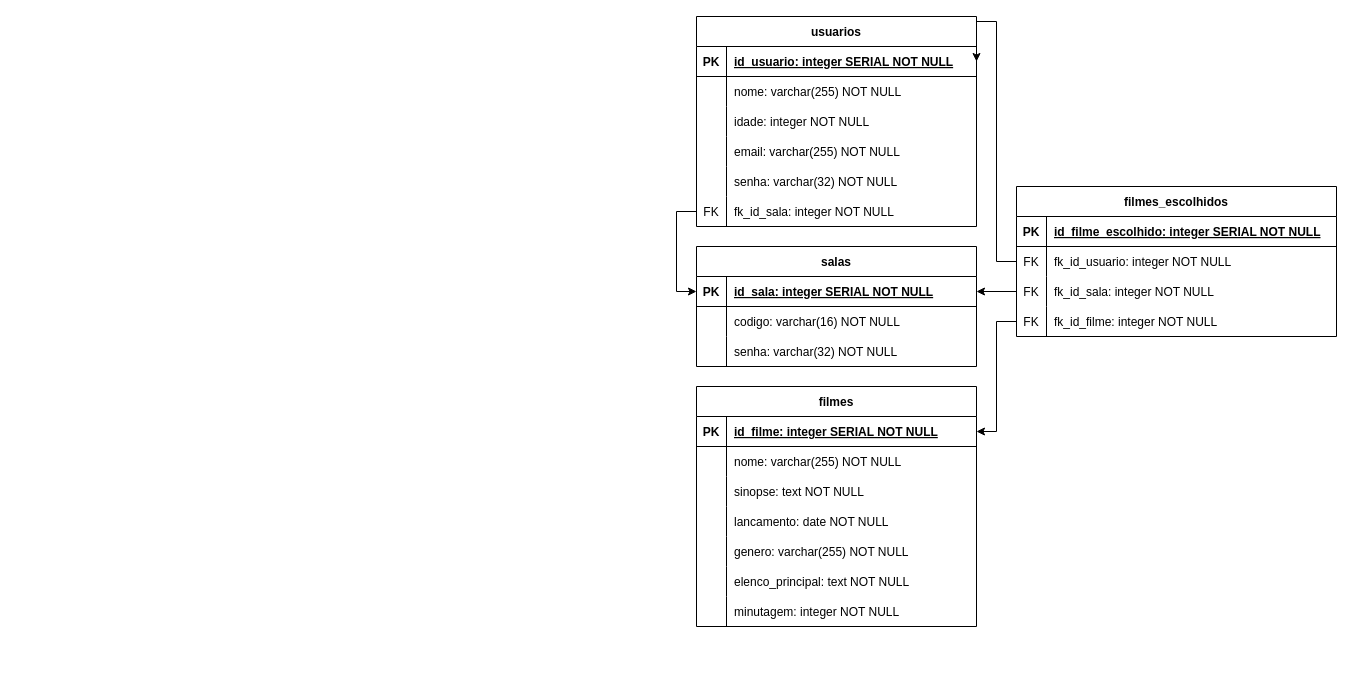
The draw.io diagram Untitled Diagram.drawio in LoriaLawrenceZ/GROVIER-backend, before the edit. Source tidied: cells renumbered, new cells numbered last; positions are measured from the earlier drawing's top-left corner, leaving out a move shared by most shapes. Both pictures are drawn from the tidied source at 100%, with x=0, y=0 at pixel (696, 16).
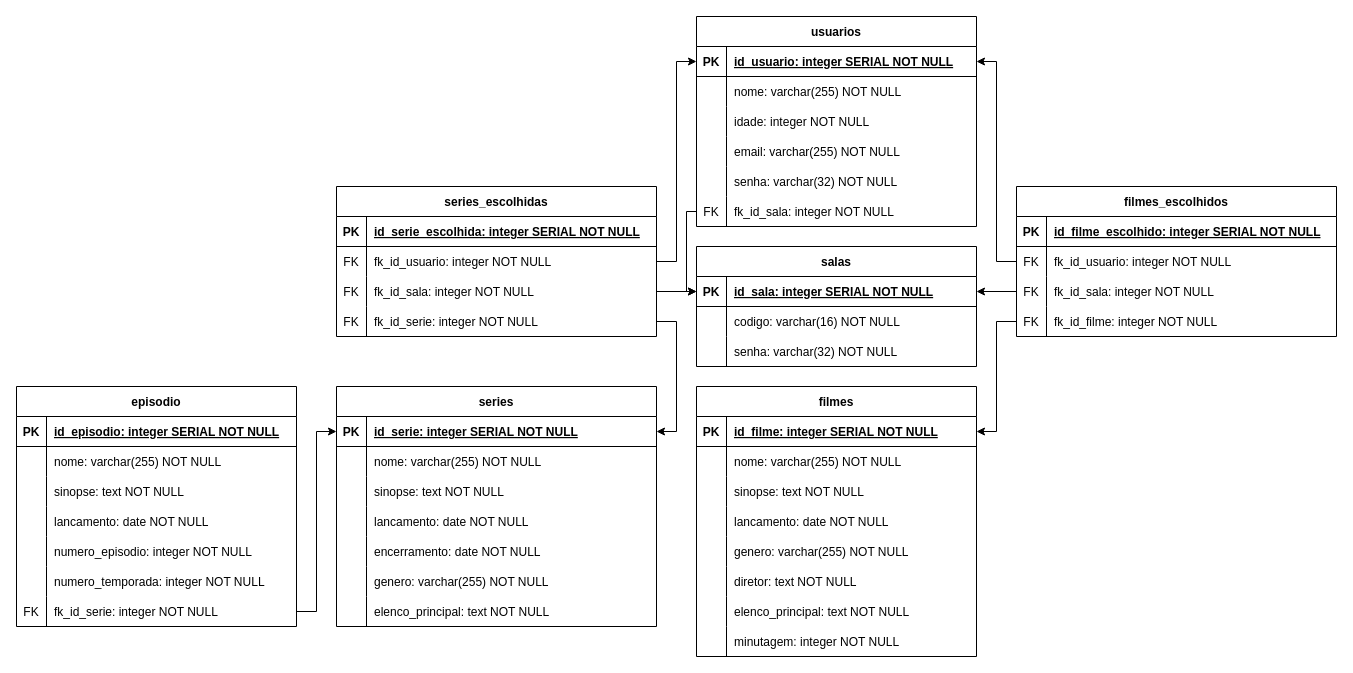
Above is the later version.

Commit message:
[feat] Adicionando SERIES ao diagrama

The change refers to these unchanged cells:
```xml
<mxCell id="3" style="shape=partialRectangle;fillColor=none;points=[[0,0.5],[1,0.5]];portConstraint=eastwest;top=0;left=0;right=0;bottom=1;" parent="2" vertex="1">
  <mxGeometry y="30" width="280" height="30" as="geometry" />
</mxCell>
<mxCell id="35" style="shape=partialRectangle;fillColor=none;points=[[0,0.5],[1,0.5]];portConstraint=eastwest;top=0;left=0;right=0;bottom=1;" parent="34" vertex="1">
  <mxGeometry y="30" width="280" height="30" as="geometry" />
</mxCell>
<mxCell id="50" style="shape=partialRectangle;fillColor=none;points=[[0,0.5],[1,0.5]];portConstraint=eastwest;top=0;left=0;right=0;bottom=0;" parent="34" vertex="1">
  <mxGeometry y="180" width="280" height="30" as="geometry" />
</mxCell>
<mxCell id="57" style="shape=partialRectangle;fillColor=none;points=[[0,0.5],[1,0.5]];portConstraint=eastwest;top=0;left=0;right=0;bottom=0;" parent="53" vertex="1">
  <mxGeometry y="60" width="320" height="30" as="geometry" />
</mxCell>
```

Change to the diagram source:
```diff
@@
     <mxCell id="12" value="filmes" style="shape=table;startSize=30;childLayout=tableLayout;rowLines=0;fontStyle=1;align=center;" parent="1" vertex="1">
-      <mxGeometry y="370" width="280" height="240" as="geometry" />
+      <mxGeometry y="370" width="280" height="270" as="geometry" />
     </mxCell>
@@
+    <mxCell id="70" style="shape=partialRectangle;fillColor=none;top=0;left=0;right=0;bottom=0;" parent="12" vertex="1">
+      <mxGeometry y="180" width="280" height="30" as="geometry" />
+    </mxCell>
+    <mxCell id="71" style="shape=partialRectangle;overflow=hidden;fillColor=none;top=0;left=0;bottom=0;right=0;" parent="70" vertex="1">
+      <mxGeometry width="30" height="30" as="geometry" />
+    </mxCell>
+    <mxCell id="72" value="diretor: text NOT NULL" style="shape=partialRectangle;overflow=hidden;fillColor=none;top=0;left=0;bottom=0;right=0;align=left;spacingLeft=6;" parent="70" vertex="1">
+      <mxGeometry x="30" width="250" height="30" as="geometry" />
+    </mxCell>
     <mxCell id="28" style="shape=partialRectangle;fillColor=none;top=0;left=0;right=0;bottom=0;" parent="12" vertex="1">
-      <mxGeometry y="180" width="280" height="30" as="geometry" />
+      <mxGeometry y="210" width="280" height="30" as="geometry" />
     </mxCell>
@@
     <mxCell id="31" style="shape=partialRectangle;fillColor=none;top=0;left=0;right=0;bottom=0;" parent="12" vertex="1">
-      <mxGeometry y="210" width="280" height="30" as="geometry" />
+      <mxGeometry y="240" width="280" height="30" as="geometry" />
     </mxCell>
@@
-    <mxCell id="67" style="edgeStyle=orthogonalEdgeStyle;rounded=0;jettySize=auto;html=1;entryX=1;entryY=0.5;entryDx=0;entryDy=0;" parent="1" edge="1" source="57" target="35">
-      <mxGeometry relative="1" as="geometry">
-        <Array as="points">
-          <mxPoint x="300" y="245" />
-          <mxPoint x="300" y="5" />
-        </Array>
-      </mxGeometry>
-    </mxCell>
     <mxCell id="68" style="edgeStyle=orthogonalEdgeStyle;rounded=0;jettySize=auto;html=1;entryX=0;entryY=0.5;entryDx=0;entryDy=0;" parent="1" edge="1" source="50" target="3">
-      <mxGeometry relative="1" as="geometry" />
+      <mxGeometry relative="1" as="geometry">
+        <Array as="points">
+          <mxPoint x="-10" y="195" />
+          <mxPoint x="-10" y="275" />
+        </Array>
+      </mxGeometry>
     </mxCell>
@@
+    <mxCell id="73" value="series" style="shape=table;startSize=30;childLayout=tableLayout;rowLines=0;fontStyle=1;align=center;" parent="1" vertex="1">
+      <mxGeometry x="-360" y="370" width="320" height="240" as="geometry" />
+    </mxCell>
+    <mxCell id="74" style="shape=partialRectangle;fillColor=none;points=[[0,0.5],[1,0.5]];portConstraint=eastwest;top=0;left=0;right=0;bottom=1;" parent="73" vertex="1">
+      <mxGeometry y="30" width="320" height="30" as="geometry" />
+    </mxCell>
+    <mxCell id="75" value="PK" style="shape=partialRectangle;overflow=hidden;fillColor=none;top=0;left=0;bottom=0;right=0;fontStyle=1;" parent="74" vertex="1">
+      <mxGeometry width="30" height="30" as="geometry" />
+    </mxCell>
+    <mxCell id="76" value="id_serie: integer SERIAL NOT NULL" style="shape=partialRectangle;overflow=hidden;fillColor=none;top=0;left=0;bottom=0;right=0;align=left;spacingLeft=6;fontStyle=5;" parent="74" vertex="1">
+      <mxGeometry x="30" width="290" height="30" as="geometry" />
+    </mxCell>
+    <mxCell id="77" style="shape=partialRectangle;fillColor=none;top=0;left=0;right=0;bottom=0;" parent="73" vertex="1">
+      <mxGeometry y="60" width="320" height="30" as="geometry" />
+    </mxCell>
+    <mxCell id="78" style="shape=partialRectangle;overflow=hidden;fillColor=none;top=0;left=0;bottom=0;right=0;" parent="77" vertex="1">
+      <mxGeometry width="30" height="30" as="geometry" />
+    </mxCell>
+    <mxCell id="79" value="nome: varchar(255) NOT NULL" style="shape=partialRectangle;overflow=hidden;fillColor=none;top=0;left=0;bottom=0;right=0;align=left;spacingLeft=6;" parent="77" vertex="1">
+      <mxGeometry x="30" width="290" height="30" as="geometry" />
+    </mxCell>
+    <mxCell id="80" style="shape=partialRectangle;fillColor=none;top=0;left=0;right=0;bottom=0;" parent="73" vertex="1">
+      <mxGeometry y="90" width="320" height="30" as="geometry" />
+    </mxCell>
+    <mxCell id="81" style="shape=partialRectangle;overflow=hidden;fillColor=none;top=0;left=0;bottom=0;right=0;" parent="80" vertex="1">
+      <mxGeometry width="30" height="30" as="geometry" />
+    </mxCell>
+    <mxCell id="82" value="sinopse: text NOT NULL" style="shape=partialRectangle;overflow=hidden;fillColor=none;top=0;left=0;bottom=0;right=0;align=left;spacingLeft=6;" parent="80" vertex="1">
+      <mxGeometry x="30" width="290" height="30" as="geometry" />
+    </mxCell>
+    <mxCell id="83" style="shape=partialRectangle;fillColor=none;top=0;left=0;right=0;bottom=0;" parent="73" vertex="1">
+      <mxGeometry y="120" width="320" height="30" as="geometry" />
+    </mxCell>
+    <mxCell id="84" style="shape=partialRectangle;overflow=hidden;fillColor=none;top=0;left=0;bottom=0;right=0;" parent="83" vertex="1">
+      <mxGeometry width="30" height="30" as="geometry" />
+    </mxCell>
+    <mxCell id="85" value="lancamento: date NOT NULL" style="shape=partialRectangle;overflow=hidden;fillColor=none;top=0;left=0;bottom=0;right=0;align=left;spacingLeft=6;" parent="83" vertex="1">
+      <mxGeometry x="30" width="290" height="30" as="geometry" />
+    </mxCell>
+    <mxCell id="86" style="shape=partialRectangle;fillColor=none;top=0;left=0;right=0;bottom=0;" parent="73" vertex="1">
+      <mxGeometry y="150" width="320" height="30" as="geometry" />
+    </mxCell>
+    <mxCell id="87" style="shape=partialRectangle;overflow=hidden;fillColor=none;top=0;left=0;bottom=0;right=0;" parent="86" vertex="1">
+      <mxGeometry width="30" height="30" as="geometry" />
+    </mxCell>
+    <mxCell id="88" value="encerramento: date NOT NULL" style="shape=partialRectangle;overflow=hidden;fillColor=none;top=0;left=0;bottom=0;right=0;align=left;spacingLeft=6;" parent="86" vertex="1">
+      <mxGeometry x="30" width="290" height="30" as="geometry" />
+    </mxCell>
+    <mxCell id="89" style="shape=partialRectangle;fillColor=none;top=0;left=0;right=0;bottom=0;" parent="73" vertex="1">
+      <mxGeometry y="180" width="320" height="30" as="geometry" />
+    </mxCell>
+    <mxCell id="90" style="shape=partialRectangle;overflow=hidden;fillColor=none;top=0;left=0;bottom=0;right=0;" parent="89" vertex="1">
+      <mxGeometry width="30" height="30" as="geometry" />
+    </mxCell>
+    <mxCell id="91" value="genero: varchar(255) NOT NULL" style="shape=partialRectangle;overflow=hidden;fillColor=none;top=0;left=0;bottom=0;right=0;align=left;spacingLeft=6;" parent="89" vertex="1">
+      <mxGeometry x="30" width="290" height="30" as="geometry" />
+    </mxCell>
+    <mxCell id="92" style="shape=partialRectangle;fillColor=none;top=0;left=0;right=0;bottom=0;" parent="73" vertex="1">
+      <mxGeometry y="210" width="320" height="30" as="geometry" />
+    </mxCell>
+    <mxCell id="93" style="shape=partialRectangle;overflow=hidden;fillColor=none;top=0;left=0;bottom=0;right=0;" parent="92" vertex="1">
+      <mxGeometry width="30" height="30" as="geometry" />
+    </mxCell>
+    <mxCell id="94" value="elenco_principal: text NOT NULL" style="shape=partialRectangle;overflow=hidden;fillColor=none;top=0;left=0;bottom=0;right=0;align=left;spacingLeft=6;" parent="92" vertex="1">
+      <mxGeometry x="30" width="290" height="30" as="geometry" />
+    </mxCell>
+    <mxCell id="95" value="episodio" style="shape=table;startSize=30;childLayout=tableLayout;rowLines=0;fontStyle=1;align=center;" parent="1" vertex="1">
+      <mxGeometry x="-680" y="370" width="280" height="240" as="geometry" />
+    </mxCell>
+    <mxCell id="96" style="shape=partialRectangle;fillColor=none;top=0;left=0;right=0;bottom=1;" parent="95" vertex="1">
+      <mxGeometry y="30" width="280" height="30" as="geometry" />
+    </mxCell>
+    <mxCell id="97" value="PK" style="shape=partialRectangle;overflow=hidden;fillColor=none;top=0;left=0;bottom=0;right=0;fontStyle=1;" parent="96" vertex="1">
+      <mxGeometry width="30" height="30" as="geometry" />
+    </mxCell>
+    <mxCell id="98" value="id_episodio: integer SERIAL NOT NULL" style="shape=partialRectangle;overflow=hidden;fillColor=none;top=0;left=0;bottom=0;right=0;align=left;spacingLeft=6;fontStyle=5;" parent="96" vertex="1">
+      <mxGeometry x="30" width="250" height="30" as="geometry" />
+    </mxCell>
+    <mxCell id="99" style="shape=partialRectangle;fillColor=none;top=0;left=0;right=0;bottom=0;" parent="95" vertex="1">
+      <mxGeometry y="60" width="280" height="30" as="geometry" />
+    </mxCell>
+    <mxCell id="100" style="shape=partialRectangle;overflow=hidden;fillColor=none;top=0;left=0;bottom=0;right=0;" parent="99" vertex="1">
+      <mxGeometry width="30" height="30" as="geometry" />
+    </mxCell>
+    <mxCell id="101" value="nome: varchar(255) NOT NULL" style="shape=partialRectangle;overflow=hidden;fillColor=none;top=0;left=0;bottom=0;right=0;align=left;spacingLeft=6;" parent="99" vertex="1">
+      <mxGeometry x="30" width="250" height="30" as="geometry" />
+    </mxCell>
+    <mxCell id="102" style="shape=partialRectangle;fillColor=none;top=0;left=0;right=0;bottom=0;" parent="95" vertex="1">
+      <mxGeometry y="90" width="280" height="30" as="geometry" />
+    </mxCell>
+    <mxCell id="103" style="shape=partialRectangle;overflow=hidden;fillColor=none;top=0;left=0;bottom=0;right=0;" parent="102" vertex="1">
+      <mxGeometry width="30" height="30" as="geometry" />
+    </mxCell>
+    <mxCell id="104" value="sinopse: text NOT NULL" style="shape=partialRectangle;overflow=hidden;fillColor=none;top=0;left=0;bottom=0;right=0;align=left;spacingLeft=6;" parent="102" vertex="1">
+      <mxGeometry x="30" width="250" height="30" as="geometry" />
+    </mxCell>
+    <mxCell id="105" style="shape=partialRectangle;fillColor=none;top=0;left=0;right=0;bottom=0;" parent="95" vertex="1">
+      <mxGeometry y="120" width="280" height="30" as="geometry" />
+    </mxCell>
+    <mxCell id="106" style="shape=partialRectangle;overflow=hidden;fillColor=none;top=0;left=0;bottom=0;right=0;" parent="105" vertex="1">
+      <mxGeometry width="30" height="30" as="geometry" />
+    </mxCell>
+    <mxCell id="107" value="lancamento: date NOT NULL" style="shape=partialRectangle;overflow=hidden;fillColor=none;top=0;left=0;bottom=0;right=0;align=left;spacingLeft=6;" parent="105" vertex="1">
+      <mxGeometry x="30" width="250" height="30" as="geometry" />
+    </mxCell>
+    <mxCell id="108" style="shape=partialRectangle;fillColor=none;top=0;left=0;right=0;bottom=0;" parent="95" vertex="1">
+      <mxGeometry y="150" width="280" height="30" as="geometry" />
+    </mxCell>
+    <mxCell id="109" style="shape=partialRectangle;overflow=hidden;fillColor=none;top=0;left=0;bottom=0;right=0;" parent="108" vertex="1">
+      <mxGeometry width="30" height="30" as="geometry" />
+    </mxCell>
+    <mxCell id="110" value="numero_episodio: integer NOT NULL" style="shape=partialRectangle;overflow=hidden;fillColor=none;top=0;left=0;bottom=0;right=0;align=left;spacingLeft=6;" parent="108" vertex="1">
+      <mxGeometry x="30" width="250" height="30" as="geometry" />
+    </mxCell>
+    <mxCell id="111" style="shape=partialRectangle;fillColor=none;top=0;left=0;right=0;bottom=0;" parent="95" vertex="1">
+      <mxGeometry y="180" width="280" height="30" as="geometry" />
+    </mxCell>
+    <mxCell id="112" style="shape=partialRectangle;overflow=hidden;fillColor=none;top=0;left=0;bottom=0;right=0;" parent="111" vertex="1">
+      <mxGeometry width="30" height="30" as="geometry" />
+    </mxCell>
+    <mxCell id="113" value="numero_temporada: integer NOT NULL" style="shape=partialRectangle;overflow=hidden;fillColor=none;top=0;left=0;bottom=0;right=0;align=left;spacingLeft=6;" parent="111" vertex="1">
+      <mxGeometry x="30" width="250" height="30" as="geometry" />
+    </mxCell>
+    <mxCell id="114" style="shape=partialRectangle;fillColor=none;points=[[0,0.5],[1,0.5]];portConstraint=eastwest;top=0;left=0;right=0;bottom=0;" parent="95" vertex="1">
+      <mxGeometry y="210" width="280" height="30" as="geometry" />
+    </mxCell>
+    <mxCell id="115" value="FK" style="shape=partialRectangle;overflow=hidden;fillColor=none;top=0;left=0;bottom=0;right=0;" parent="114" vertex="1">
+      <mxGeometry width="30" height="30" as="geometry" />
+    </mxCell>
+    <mxCell id="116" value="fk_id_serie: integer NOT NULL" style="shape=partialRectangle;overflow=hidden;fillColor=none;top=0;left=0;bottom=0;right=0;align=left;spacingLeft=6;" parent="114" vertex="1">
+      <mxGeometry x="30" width="250" height="30" as="geometry" />
+    </mxCell>
+    <mxCell id="117" style="edgeStyle=orthogonalEdgeStyle;rounded=0;jettySize=auto;html=1;entryX=0;entryY=0.5;entryDx=0;entryDy=0;" parent="1" edge="1" source="114" target="74">
+      <mxGeometry relative="1" as="geometry" />
+    </mxCell>
+    <mxCell id="118" value="series_escolhidas" style="shape=table;startSize=30;childLayout=tableLayout;rowLines=0;fontStyle=1;align=center;" parent="1" vertex="1">
+      <mxGeometry x="-360" y="170" width="320" height="150" as="geometry" />
+    </mxCell>
+    <mxCell id="119" style="shape=partialRectangle;fillColor=none;top=0;left=0;right=0;bottom=1;" parent="118" vertex="1">
+      <mxGeometry y="30" width="320" height="30" as="geometry" />
+    </mxCell>
+    <mxCell id="120" value="PK" style="shape=partialRectangle;overflow=hidden;fillColor=none;top=0;left=0;bottom=0;right=0;fontStyle=1;" parent="119" vertex="1">
+      <mxGeometry width="30" height="30" as="geometry" />
+    </mxCell>
+    <mxCell id="121" value="id_serie_escolhida: integer SERIAL NOT NULL" style="shape=partialRectangle;overflow=hidden;fillColor=none;top=0;left=0;bottom=0;right=0;align=left;spacingLeft=6;fontStyle=5;" parent="119" vertex="1">
+      <mxGeometry x="30" width="290" height="30" as="geometry" />
+    </mxCell>
+    <mxCell id="122" style="shape=partialRectangle;fillColor=none;points=[[0,0.5],[1,0.5]];portConstraint=eastwest;top=0;left=0;right=0;bottom=0;" parent="118" vertex="1">
+      <mxGeometry y="60" width="320" height="30" as="geometry" />
+    </mxCell>
+    <mxCell id="123" value="FK" style="shape=partialRectangle;overflow=hidden;fillColor=none;top=0;left=0;bottom=0;right=0;" parent="122" vertex="1">
+      <mxGeometry width="30" height="30" as="geometry" />
+    </mxCell>
+    <mxCell id="124" value="fk_id_usuario: integer NOT NULL" style="shape=partialRectangle;overflow=hidden;fillColor=none;top=0;left=0;bottom=0;right=0;align=left;spacingLeft=6;" parent="122" vertex="1">
+      <mxGeometry x="30" width="290" height="30" as="geometry" />
+    </mxCell>
+    <mxCell id="125" style="shape=partialRectangle;fillColor=none;points=[[0,0.5],[1,0.5]];portConstraint=eastwest;top=0;left=0;right=0;bottom=0;" parent="118" vertex="1">
+      <mxGeometry y="90" width="320" height="30" as="geometry" />
+    </mxCell>
+    <mxCell id="126" value="FK" style="shape=partialRectangle;overflow=hidden;fillColor=none;top=0;left=0;bottom=0;right=0;" parent="125" vertex="1">
+      <mxGeometry width="30" height="30" as="geometry" />
+    </mxCell>
+    <mxCell id="127" value="fk_id_sala: integer NOT NULL" style="shape=partialRectangle;overflow=hidden;fillColor=none;top=0;left=0;bottom=0;right=0;align=left;spacingLeft=6;" parent="125" vertex="1">
+      <mxGeometry x="30" width="290" height="30" as="geometry" />
+    </mxCell>
+    <mxCell id="128" style="shape=partialRectangle;fillColor=none;points=[[0,0.5],[1,0.5]];portConstraint=eastwest;top=0;left=0;right=0;bottom=0;" parent="118" vertex="1">
+      <mxGeometry y="120" width="320" height="30" as="geometry" />
+    </mxCell>
+    <mxCell id="129" value="FK" style="shape=partialRectangle;overflow=hidden;fillColor=none;top=0;left=0;bottom=0;right=0;" parent="128" vertex="1">
+      <mxGeometry width="30" height="30" as="geometry" />
+    </mxCell>
+    <mxCell id="130" value="fk_id_serie: integer NOT NULL" style="shape=partialRectangle;overflow=hidden;fillColor=none;top=0;left=0;bottom=0;right=0;align=left;spacingLeft=6;" parent="128" vertex="1">
+      <mxGeometry x="30" width="290" height="30" as="geometry" />
+    </mxCell>
+    <mxCell id="131" style="edgeStyle=orthogonalEdgeStyle;rounded=0;jettySize=auto;html=1;entryX=0;entryY=0.5;entryDx=0;entryDy=0;" parent="1" edge="1" source="122" target="35">
+      <mxGeometry relative="1" as="geometry" />
+    </mxCell>
+    <mxCell id="67" style="edgeStyle=orthogonalEdgeStyle;rounded=0;jettySize=auto;html=1;entryX=1;entryY=0.5;entryDx=0;entryDy=0;" parent="1" edge="1" source="57" target="35">
+      <mxGeometry relative="1" as="geometry" />
+    </mxCell>
+    <mxCell id="132" style="edgeStyle=orthogonalEdgeStyle;rounded=0;jettySize=auto;html=1;entryX=0;entryY=0.5;entryDx=0;entryDy=0;" parent="1" edge="1" source="125" target="3">
+      <mxGeometry relative="1" as="geometry" />
+    </mxCell>
+    <mxCell id="133" style="edgeStyle=orthogonalEdgeStyle;rounded=0;jettySize=auto;html=1;entryX=1;entryY=0.5;entryDx=0;entryDy=0;" parent="1" edge="1" source="128" target="74">
+      <mxGeometry relative="1" as="geometry">
+        <Array as="points">
+          <mxPoint x="-20" y="305" />
+          <mxPoint x="-20" y="415" />
+        </Array>
+      </mxGeometry>
+    </mxCell>
```
